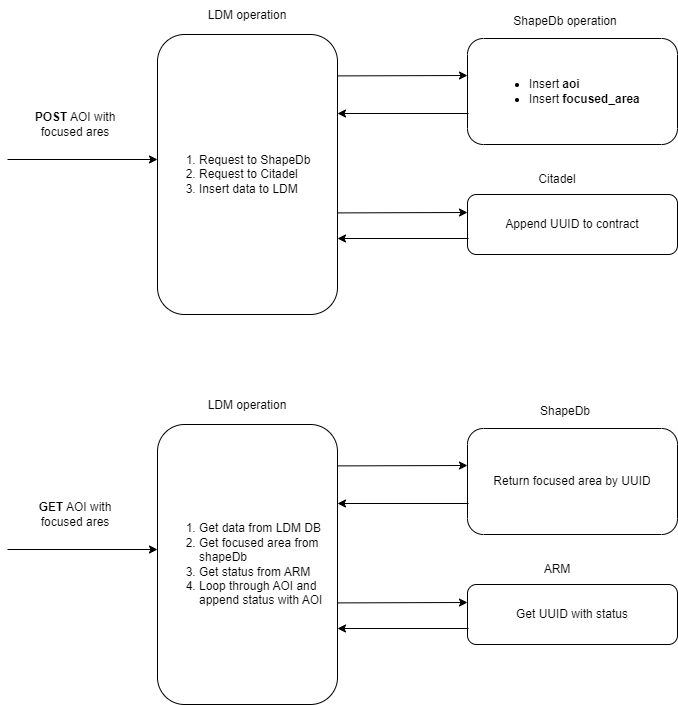
arif2009/diagram keeps this draw.io diagram as Untitled Diagram.drawio.png. Above is the earlier version. Source tidied: cells renumbered, new cells last; positions are measured from the earlier drawing's top-left corner, leaving out a move shared by most shapes. The source it was exported from:
```xml
<mxGraphModel>
  <root>
    <mxCell id="0" />
    <mxCell id="1" parent="0" />
    <mxCell id="2" style="endArrow=classic;html=1;rounded=0;entryX=0;entryY=0.5;entryDx=0;entryDy=0;" parent="1" edge="1">
      <mxGeometry relative="1" as="geometry">
        <mxPoint y="159" as="sourcePoint" />
        <mxPoint x="150" y="159" as="targetPoint" />
      </mxGeometry>
    </mxCell>
    <mxCell id="3" value="&lt;b&gt;POST&lt;/b&gt; AOI with focused ares" style="text;html=1;strokeColor=none;fillColor=none;align=center;verticalAlign=middle;whiteSpace=wrap;rounded=0;" parent="1" vertex="1">
      <mxGeometry x="18" y="104" width="100" height="40" as="geometry" />
    </mxCell>
    <mxCell id="4" value="LDM operation" style="text;html=1;strokeColor=none;fillColor=none;align=center;verticalAlign=middle;whiteSpace=wrap;rounded=0;" parent="1" vertex="1">
      <mxGeometry x="190" width="100" height="30" as="geometry" />
    </mxCell>
    <mxCell id="5" style="rounded=1;whiteSpace=wrap;html=1;" parent="1" vertex="1">
      <mxGeometry x="460" y="38" width="210" height="106" as="geometry" />
    </mxCell>
    <mxCell id="6" value="ShapeDb operation" style="text;html=1;strokeColor=none;fillColor=none;align=center;verticalAlign=middle;whiteSpace=wrap;rounded=0;" parent="1" vertex="1">
      <mxGeometry x="488" y="6" width="140" height="30" as="geometry" />
    </mxCell>
    <mxCell id="7" value="&lt;ul&gt;&lt;li&gt;Insert &lt;b&gt;aoi&lt;/b&gt;&lt;/li&gt;&lt;li&gt;Insert &lt;b&gt;focused_area&lt;/b&gt;&lt;/li&gt;&lt;/ul&gt;" style="text;html=1;strokeColor=none;fillColor=none;align=left;verticalAlign=middle;whiteSpace=wrap;rounded=0;" parent="1" vertex="1">
      <mxGeometry x="480" y="56" width="160" height="70" as="geometry" />
    </mxCell>
    <mxCell id="8" value="&lt;ol&gt;&lt;li&gt;&lt;span style=&quot;background-color: initial;&quot;&gt;Request to ShapeDb&amp;nbsp;&lt;/span&gt;&lt;/li&gt;&lt;li&gt;&lt;span style=&quot;background-color: initial;&quot;&gt;Request to Citadel&lt;/span&gt;&lt;/li&gt;&lt;li&gt;&lt;span style=&quot;background-color: initial;&quot;&gt;Insert data to LDM&lt;/span&gt;&lt;/li&gt;&lt;/ol&gt;" style="rounded=1;whiteSpace=wrap;html=1;align=left;" parent="1" vertex="1">
      <mxGeometry x="150" y="34" width="180" height="280" as="geometry" />
    </mxCell>
    <mxCell id="9" style="endArrow=classic;html=1;rounded=0;exitX=1.012;exitY=0.115;exitDx=0;exitDy=0;exitPerimeter=0;" parent="1" edge="1">
      <mxGeometry relative="1" as="geometry">
        <mxPoint x="330.2" y="75.4" as="sourcePoint" />
        <mxPoint x="460" y="75" as="targetPoint" />
      </mxGeometry>
    </mxCell>
    <mxCell id="10" value="Append UUID to contract" style="rounded=1;whiteSpace=wrap;html=1;" parent="1" vertex="1">
      <mxGeometry x="460" y="194" width="210" height="60" as="geometry" />
    </mxCell>
    <mxCell id="11" value="Citadel" style="text;html=1;strokeColor=none;fillColor=none;align=center;verticalAlign=middle;whiteSpace=wrap;rounded=0;" parent="1" vertex="1">
      <mxGeometry x="520" y="164" width="60" height="30" as="geometry" />
    </mxCell>
    <mxCell id="12" style="endArrow=classic;html=1;rounded=0;exitX=1.012;exitY=0.115;exitDx=0;exitDy=0;exitPerimeter=0;" parent="1" edge="1">
      <mxGeometry relative="1" as="geometry">
        <mxPoint x="330.2" y="212.4" as="sourcePoint" />
        <mxPoint x="460" y="212" as="targetPoint" />
      </mxGeometry>
    </mxCell>
    <mxCell id="13" style="edgeStyle=orthogonalEdgeStyle;rounded=0;orthogonalLoop=1;jettySize=auto;html=1;exitX=0;exitY=0.75;exitDx=0;exitDy=0;entryX=0.997;entryY=0.233;entryDx=0;entryDy=0;entryPerimeter=0;" parent="1" edge="1">
      <mxGeometry relative="1" as="geometry">
        <mxPoint x="461" y="238" as="sourcePoint" />
        <mxPoint x="330" y="238" as="targetPoint" />
      </mxGeometry>
    </mxCell>
    <mxCell id="14" style="edgeStyle=orthogonalEdgeStyle;rounded=0;orthogonalLoop=1;jettySize=auto;html=1;exitX=0;exitY=0.75;exitDx=0;exitDy=0;entryX=0.997;entryY=0.233;entryDx=0;entryDy=0;entryPerimeter=0;" parent="1" edge="1">
      <mxGeometry relative="1" as="geometry">
        <mxPoint x="461" y="113" as="sourcePoint" />
        <mxPoint x="330" y="113" as="targetPoint" />
      </mxGeometry>
    </mxCell>
    <mxCell id="15" style="endArrow=classic;html=1;rounded=0;entryX=0;entryY=0.5;entryDx=0;entryDy=0;" parent="1" edge="1">
      <mxGeometry relative="1" as="geometry">
        <mxPoint y="549" as="sourcePoint" />
        <mxPoint x="150" y="549" as="targetPoint" />
      </mxGeometry>
    </mxCell>
    <mxCell id="16" value="&lt;b&gt;GET&lt;/b&gt; AOI with focused ares" style="text;html=1;strokeColor=none;fillColor=none;align=center;verticalAlign=middle;whiteSpace=wrap;rounded=0;" parent="1" vertex="1">
      <mxGeometry x="18" y="494" width="100" height="40" as="geometry" />
    </mxCell>
    <mxCell id="17" value="LDM operation" style="text;html=1;strokeColor=none;fillColor=none;align=center;verticalAlign=middle;whiteSpace=wrap;rounded=0;" parent="1" vertex="1">
      <mxGeometry x="190" y="390" width="100" height="30" as="geometry" />
    </mxCell>
    <mxCell id="18" value="Return focused area by UUID" style="rounded=1;whiteSpace=wrap;html=1;" parent="1" vertex="1">
      <mxGeometry x="460" y="428" width="210" height="106" as="geometry" />
    </mxCell>
    <mxCell id="19" value="ShapeDb" style="text;html=1;strokeColor=none;fillColor=none;align=center;verticalAlign=middle;whiteSpace=wrap;rounded=0;" parent="1" vertex="1">
      <mxGeometry x="488" y="396" width="140" height="30" as="geometry" />
    </mxCell>
    <mxCell id="20" value="&lt;ol&gt;&lt;li&gt;Get data from LDM DB&lt;/li&gt;&lt;li&gt;Get focused area from shapeDb&lt;/li&gt;&lt;li&gt;Get status from ARM&lt;/li&gt;&lt;li&gt;Loop through AOI and append status with AOI&amp;nbsp;&lt;/li&gt;&lt;/ol&gt;" style="rounded=1;whiteSpace=wrap;html=1;align=left;" parent="1" vertex="1">
      <mxGeometry x="150" y="424" width="180" height="280" as="geometry" />
    </mxCell>
    <mxCell id="21" style="endArrow=classic;html=1;rounded=0;exitX=1.012;exitY=0.115;exitDx=0;exitDy=0;exitPerimeter=0;" parent="1" edge="1">
      <mxGeometry relative="1" as="geometry">
        <mxPoint x="330.2" y="465.4" as="sourcePoint" />
        <mxPoint x="460" y="465" as="targetPoint" />
      </mxGeometry>
    </mxCell>
    <mxCell id="22" value="Get UUID with status" style="rounded=1;whiteSpace=wrap;html=1;" parent="1" vertex="1">
      <mxGeometry x="460" y="584" width="210" height="60" as="geometry" />
    </mxCell>
    <mxCell id="23" value="ARM" style="text;html=1;strokeColor=none;fillColor=none;align=center;verticalAlign=middle;whiteSpace=wrap;rounded=0;" parent="1" vertex="1">
      <mxGeometry x="520" y="554" width="60" height="30" as="geometry" />
    </mxCell>
    <mxCell id="24" style="endArrow=classic;html=1;rounded=0;exitX=1.012;exitY=0.115;exitDx=0;exitDy=0;exitPerimeter=0;" parent="1" edge="1">
      <mxGeometry relative="1" as="geometry">
        <mxPoint x="330.2" y="602.4" as="sourcePoint" />
        <mxPoint x="460" y="602" as="targetPoint" />
      </mxGeometry>
    </mxCell>
    <mxCell id="25" style="edgeStyle=orthogonalEdgeStyle;rounded=0;orthogonalLoop=1;jettySize=auto;html=1;exitX=0;exitY=0.75;exitDx=0;exitDy=0;entryX=0.997;entryY=0.233;entryDx=0;entryDy=0;entryPerimeter=0;" parent="1" edge="1">
      <mxGeometry relative="1" as="geometry">
        <mxPoint x="461" y="628" as="sourcePoint" />
        <mxPoint x="330" y="628" as="targetPoint" />
      </mxGeometry>
    </mxCell>
    <mxCell id="26" style="edgeStyle=orthogonalEdgeStyle;rounded=0;orthogonalLoop=1;jettySize=auto;html=1;exitX=0;exitY=0.75;exitDx=0;exitDy=0;entryX=0.997;entryY=0.233;entryDx=0;entryDy=0;entryPerimeter=0;" parent="1" edge="1">
      <mxGeometry relative="1" as="geometry">
        <mxPoint x="461" y="503" as="sourcePoint" />
        <mxPoint x="330" y="503" as="targetPoint" />
      </mxGeometry>
    </mxCell>
  </root>
</mxGraphModel>
```
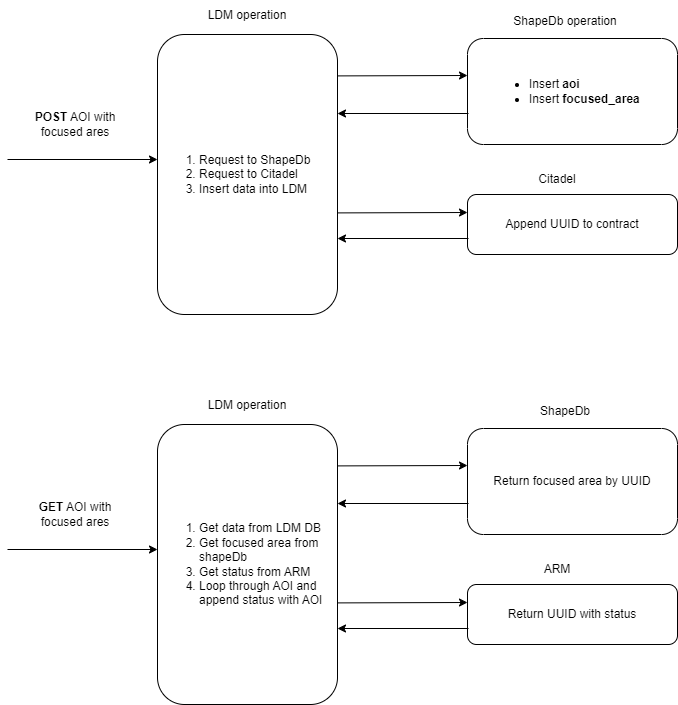
Later version of the same file.

Change to the diagram source:
```diff
@@ -23,7 +23,7 @@
     <mxCell id="7" value="&lt;ul&gt;&lt;li&gt;Insert &lt;b&gt;aoi&lt;/b&gt;&lt;/li&gt;&lt;li&gt;Insert &lt;b&gt;focused_area&lt;/b&gt;&lt;/li&gt;&lt;/ul&gt;" style="text;html=1;strokeColor=none;fillColor=none;align=left;verticalAlign=middle;whiteSpace=wrap;rounded=0;" parent="1" vertex="1">
       <mxGeometry x="480" y="56" width="160" height="70" as="geometry" />
     </mxCell>
-    <mxCell id="8" value="&lt;ol&gt;&lt;li&gt;&lt;span style=&quot;background-color: initial;&quot;&gt;Request to ShapeDb&amp;nbsp;&lt;/span&gt;&lt;/li&gt;&lt;li&gt;&lt;span style=&quot;background-color: initial;&quot;&gt;Request to Citadel&lt;/span&gt;&lt;/li&gt;&lt;li&gt;&lt;span style=&quot;background-color: initial;&quot;&gt;Insert data to LDM&lt;/span&gt;&lt;/li&gt;&lt;/ol&gt;" style="rounded=1;whiteSpace=wrap;html=1;align=left;" parent="1" vertex="1">
+    <mxCell id="8" value="&lt;ol&gt;&lt;li&gt;&lt;span style=&quot;background-color: initial;&quot;&gt;Request to ShapeDb&amp;nbsp;&lt;/span&gt;&lt;/li&gt;&lt;li&gt;&lt;span style=&quot;background-color: initial;&quot;&gt;Request to Citadel&lt;/span&gt;&lt;/li&gt;&lt;li&gt;&lt;span style=&quot;background-color: initial;&quot;&gt;Insert data into LDM&lt;/span&gt;&lt;/li&gt;&lt;/ol&gt;" style="rounded=1;whiteSpace=wrap;html=1;align=left;" parent="1" vertex="1">
       <mxGeometry x="150" y="34" width="180" height="280" as="geometry" />
     </mxCell>
     <mxCell id="9" style="endArrow=classic;html=1;rounded=0;exitX=1.012;exitY=0.115;exitDx=0;exitDy=0;exitPerimeter=0;" parent="1" edge="1">
@@ -83,7 +83,7 @@
         <mxPoint x="460" y="465" as="targetPoint" />
       </mxGeometry>
     </mxCell>
-    <mxCell id="22" value="Get UUID with status" style="rounded=1;whiteSpace=wrap;html=1;" parent="1" vertex="1">
+    <mxCell id="22" value="Return UUID with status" style="rounded=1;whiteSpace=wrap;html=1;" parent="1" vertex="1">
       <mxGeometry x="460" y="584" width="210" height="60" as="geometry" />
     </mxCell>
     <mxCell id="23" value="ARM" style="text;html=1;strokeColor=none;fillColor=none;align=center;verticalAlign=middle;whiteSpace=wrap;rounded=0;" parent="1" vertex="1">
```
